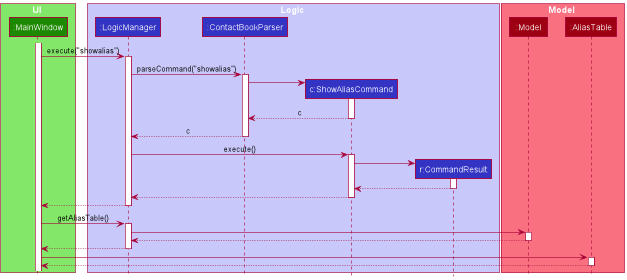
Earlier version of the PlantUML export docs/images/ShowAliasSequenceDiagram.png (samyipsh/tp). Its diagram source:
```plantuml
@startuml
!include style.puml


box UI UI_COLOR_T1
participant ":MainWindow" as MainWindow UI_COLOR
end box

box Logic LOGIC_COLOR_T1
participant ":LogicManager" as LogicManager LOGIC_COLOR
participant ":ContactBookParser" as ContactBookParser LOGIC_COLOR
participant "c:ShowAliasCommand" as ShowAliasCommand LOGIC_COLOR
participant "r:CommandResult" as CommandResult LOGIC_COLOR
end box

box Model MODEL_COLOR_T1
participant ":Model" as Model MODEL_COLOR
participant ":AliasTable" as AliasTable MODEL_COLOR
end box
activate MainWindow
MainWindow -> LogicManager ++ : execute("showalias")
LogicManager -> ContactBookParser ++  : parseCommand("showalias")

create ShowAliasCommand
ContactBookParser -> ShowAliasCommand ++
ShowAliasCommand --> ContactBookParser -- : c

ContactBookParser --> LogicManager -- : c

LogicManager -> ShowAliasCommand ++ : execute()
create CommandResult
ShowAliasCommand -> CommandResult++
CommandResult --> ShowAliasCommand --
ShowAliasCommand --> LogicManager --
LogicManager --> MainWindow--

MainWindow -> LogicManager ++ : getAliasTable()
LogicManager -> Model ++
Model --> LogicManager--
LogicManager --> MainWindow --
MainWindow -> AliasTable ++
AliasTable --> MainWindow --

@enduml
```
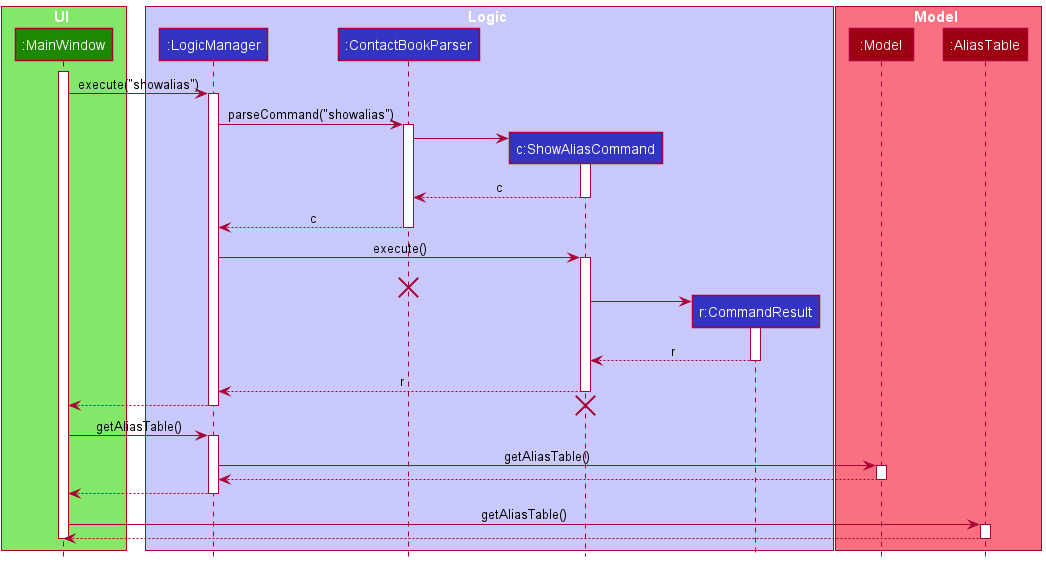
The same file after the commit.

Commit message:
Added PPP and fixed diagrams

Change to the diagram source:
```diff
@@ -27,18 +27,21 @@
 
 ContactBookParser --> LogicManager -- : c
 
+
 LogicManager -> ShowAliasCommand ++ : execute()
+destroy ContactBookParser
 create CommandResult
 ShowAliasCommand -> CommandResult++
-CommandResult --> ShowAliasCommand --
-ShowAliasCommand --> LogicManager --
+CommandResult --> ShowAliasCommand -- : r
+ShowAliasCommand --> LogicManager -- : r
 LogicManager --> MainWindow--
+destroy ShowAliasCommand
 
 MainWindow -> LogicManager ++ : getAliasTable()
-LogicManager -> Model ++
+LogicManager -> Model ++ : getAliasTable()
 Model --> LogicManager--
 LogicManager --> MainWindow --
-MainWindow -> AliasTable ++
+MainWindow -> AliasTable ++ : getAliasTable()
 AliasTable --> MainWindow --
-
+MainWindow --
 @enduml
```
